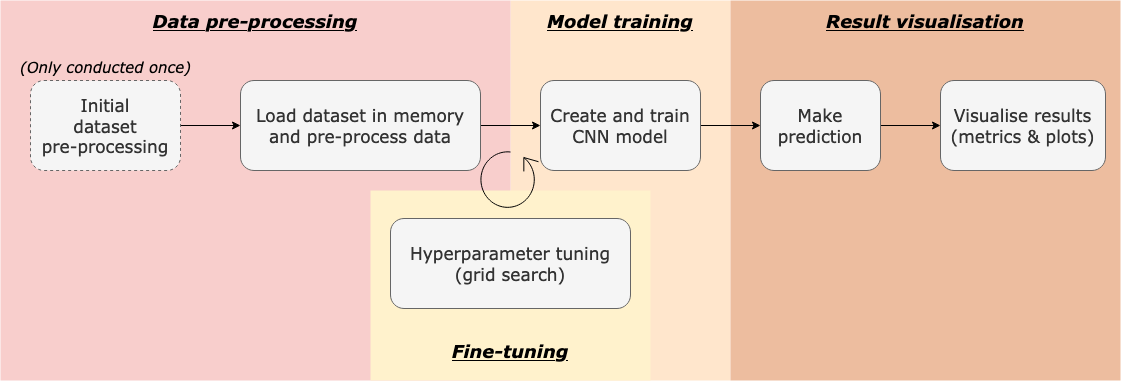
Earlier version of the draw.io export figures/design/design flowchart.png (Adamouization/Breast-Cancer-Detection-Mammogram-Deep-Learning). Source tidied: cells renumbered, new cells last; positions are measured from the earlier drawing's top-left corner, leaving out a move shared by most shapes. Source of this version:
```xml
<mxGraphModel>
  <root>
    <mxCell id="0" />
    <mxCell id="1" parent="0" />
    <mxCell id="2" style="rounded=0;whiteSpace=wrap;html=1;dashed=1;fillColor=#ffe6cc;fontFamily=Verdana;fontSize=17;strokeColor=none;" parent="1" vertex="1">
      <mxGeometry x="510" width="220" height="380" as="geometry" />
    </mxCell>
    <mxCell id="3" style="rounded=0;whiteSpace=wrap;html=1;dashed=1;fillColor=#f8cecc;fontFamily=Verdana;fontSize=17;strokeColor=none;" parent="1" vertex="1">
      <mxGeometry width="510" height="380" as="geometry" />
    </mxCell>
    <mxCell id="4" style="rounded=0;whiteSpace=wrap;html=1;dashed=1;fillColor=#fff2cc;fontFamily=Verdana;fontSize=17;strokeColor=none;" parent="1" vertex="1">
      <mxGeometry x="370" y="190" width="280" height="190" as="geometry" />
    </mxCell>
    <mxCell id="5" style="rounded=0;whiteSpace=wrap;html=1;dashed=1;fontFamily=Verdana;fontSize=17;fillColor=#EDBD9F;strokeColor=none;" parent="1" vertex="1">
      <mxGeometry x="730" width="390" height="380" as="geometry" />
    </mxCell>
    <mxCell id="6" style="edgeStyle=orthogonalEdgeStyle;rounded=0;jettySize=auto;html=1;exitX=1;exitY=0.5;exitDx=0;exitDy=0;entryX=0;entryY=0.5;entryDx=0;entryDy=0;" parent="1" edge="1" source="7" target="9">
      <mxGeometry relative="1" as="geometry" />
    </mxCell>
    <mxCell id="7" value="&lt;div style=&quot;font-size: 17px;&quot;&gt;Initial&lt;/div&gt;&lt;div style=&quot;font-size: 17px;&quot;&gt;dataset&lt;/div&gt;&lt;div style=&quot;font-size: 17px;&quot;&gt;pre-processing&lt;br style=&quot;font-size: 17px;&quot;&gt;&lt;/div&gt;" style="whiteSpace=wrap;html=1;dashed=1;fontFamily=Verdana;fontSize=17;rounded=1;fillColor=#f5f5f5;strokeColor=#666666;fontColor=#333333;" parent="1" vertex="1">
      <mxGeometry x="30" y="80" width="150" height="90" as="geometry" />
    </mxCell>
    <mxCell id="8" style="edgeStyle=orthogonalEdgeStyle;rounded=0;jettySize=auto;html=1;exitX=1;exitY=0.5;exitDx=0;exitDy=0;entryX=0;entryY=0.5;entryDx=0;entryDy=0;" parent="1" edge="1" source="9" target="11">
      <mxGeometry relative="1" as="geometry" />
    </mxCell>
    <mxCell id="9" value="Load dataset in memory and pre-process data" style="whiteSpace=wrap;html=1;fontFamily=Verdana;fontSize=17;rounded=1;fillColor=#f5f5f5;strokeColor=#666666;fontColor=#333333;" parent="1" vertex="1">
      <mxGeometry x="240" y="80" width="240" height="90" as="geometry" />
    </mxCell>
    <mxCell id="10" style="edgeStyle=orthogonalEdgeStyle;rounded=0;jettySize=auto;html=1;exitX=1;exitY=0.5;exitDx=0;exitDy=0;entryX=0;entryY=0.5;entryDx=0;entryDy=0;" parent="1" edge="1" source="11" target="13">
      <mxGeometry relative="1" as="geometry" />
    </mxCell>
    <mxCell id="11" value="Create and train CNN model" style="whiteSpace=wrap;html=1;fontFamily=Verdana;fontSize=17;rounded=1;fillColor=#f5f5f5;strokeColor=#666666;fontColor=#333333;" parent="1" vertex="1">
      <mxGeometry x="540" y="80" width="160" height="90" as="geometry" />
    </mxCell>
    <mxCell id="12" style="edgeStyle=orthogonalEdgeStyle;rounded=0;jettySize=auto;html=1;exitX=1;exitY=0.5;exitDx=0;exitDy=0;entryX=0;entryY=0.5;entryDx=0;entryDy=0;" parent="1" edge="1" source="13" target="14">
      <mxGeometry relative="1" as="geometry" />
    </mxCell>
    <mxCell id="13" value="Make prediction" style="whiteSpace=wrap;html=1;fontFamily=Verdana;fontSize=17;rounded=1;fillColor=#f5f5f5;strokeColor=#666666;fontColor=#333333;" parent="1" vertex="1">
      <mxGeometry x="760" y="80" width="120" height="90" as="geometry" />
    </mxCell>
    <mxCell id="14" value="&lt;div&gt;Visualise results&lt;/div&gt;&lt;div&gt;(metrics &amp;amp; plots)&lt;br&gt;&lt;/div&gt;" style="whiteSpace=wrap;html=1;fontFamily=Verdana;fontSize=17;rounded=1;fillColor=#f5f5f5;strokeColor=#666666;fontColor=#333333;" parent="1" vertex="1">
      <mxGeometry x="940" y="80" width="165" height="90" as="geometry" />
    </mxCell>
    <mxCell id="15" value="&lt;div&gt;Hyperparameter tuning&lt;br&gt;&lt;/div&gt;&lt;div&gt;(grid search)&lt;/div&gt;" style="whiteSpace=wrap;html=1;fontFamily=Verdana;fontSize=17;rounded=1;fillColor=#f5f5f5;strokeColor=#666666;fontColor=#333333;" parent="1" vertex="1">
      <mxGeometry x="390" y="218" width="240" height="90" as="geometry" />
    </mxCell>
    <mxCell id="16" value="&lt;font size=&quot;1&quot;&gt;&lt;i&gt;&lt;font style=&quot;font-size: 15px&quot;&gt;(Only conducted once)&lt;/font&gt;&lt;/i&gt;&lt;/font&gt;" style="text;html=1;align=center;verticalAlign=middle;fontFamily=Verdana;fontSize=17;rounded=1;" parent="1" vertex="1">
      <mxGeometry x="10" y="50" width="190" height="30" as="geometry" />
    </mxCell>
    <mxCell id="17" style="shape=mxgraph.bpmn.loop;html=1;flipV=1;flipH=1;" parent="1" vertex="1">
      <mxGeometry x="478" y="150" width="60" height="60" as="geometry" />
    </mxCell>
    <mxCell id="18" value="&lt;u style=&quot;font-size: 18px;&quot;&gt;&lt;b style=&quot;font-size: 18px;&quot;&gt;Data pre-processing&lt;/b&gt;&lt;/u&gt;" style="text;html=1;strokeColor=none;fillColor=none;align=center;verticalAlign=middle;whiteSpace=wrap;rounded=0;dashed=1;fontFamily=Verdana;fontSize=18;fontStyle=2;" parent="1" vertex="1">
      <mxGeometry x="150" y="10" width="210" height="20" as="geometry" />
    </mxCell>
    <mxCell id="19" value="&lt;u style=&quot;font-size: 18px;&quot;&gt;&lt;b style=&quot;font-size: 18px;&quot;&gt;Model training&lt;br style=&quot;font-size: 18px;&quot;&gt;&lt;/b&gt;&lt;/u&gt;" style="text;html=1;strokeColor=none;fillColor=none;align=center;verticalAlign=middle;whiteSpace=wrap;rounded=0;dashed=1;fontFamily=Verdana;fontSize=18;fontStyle=2;" parent="1" vertex="1">
      <mxGeometry x="515" y="10" width="210" height="20" as="geometry" />
    </mxCell>
    <mxCell id="20" value="&lt;u style=&quot;font-size: 18px&quot;&gt;&lt;b style=&quot;font-size: 18px&quot;&gt;Fine-tuning&lt;/b&gt;&lt;/u&gt;" style="text;html=1;strokeColor=none;fillColor=none;align=center;verticalAlign=middle;whiteSpace=wrap;rounded=0;dashed=1;fontFamily=Verdana;fontSize=18;fontStyle=2;" parent="1" vertex="1">
      <mxGeometry x="365" y="340" width="290" height="20" as="geometry" />
    </mxCell>
    <mxCell id="21" value="&lt;u style=&quot;font-size: 18px;&quot;&gt;&lt;b style=&quot;font-size: 18px;&quot;&gt;Result visualisation&lt;br style=&quot;font-size: 18px;&quot;&gt;&lt;/b&gt;&lt;/u&gt;" style="text;html=1;strokeColor=none;fillColor=none;align=center;verticalAlign=middle;whiteSpace=wrap;rounded=0;dashed=1;fontFamily=Verdana;fontSize=18;fontStyle=2;" parent="1" vertex="1">
      <mxGeometry x="820" y="10" width="210" height="20" as="geometry" />
    </mxCell>
  </root>
</mxGraphModel>
```
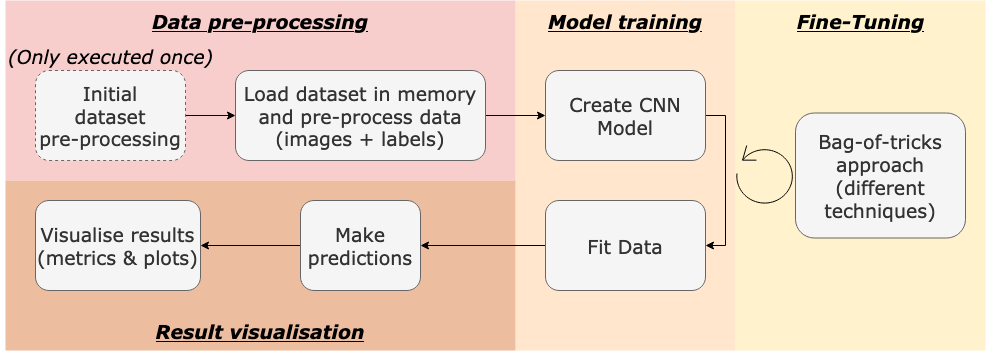
The same diagram one commit later.

Commit message:
Complete chapter 3 datasets + improve figures

Change to the diagram source:
```diff
@@ -2,65 +2,74 @@
   <root>
     <mxCell id="0" />
     <mxCell id="1" parent="0" />
-    <mxCell id="2" style="rounded=0;whiteSpace=wrap;html=1;dashed=1;fillColor=#ffe6cc;fontFamily=Verdana;fontSize=17;strokeColor=none;" parent="1" vertex="1">
-      <mxGeometry x="510" width="220" height="380" as="geometry" />
+    <mxCell id="2" style="rounded=0;whiteSpace=wrap;html=1;dashed=1;fillColor=#ffe6cc;fontFamily=Verdana;fontSize=19;strokeColor=none;" parent="1" vertex="1">
+      <mxGeometry x="510" y="10" width="220" height="350" as="geometry" />
     </mxCell>
-    <mxCell id="3" style="rounded=0;whiteSpace=wrap;html=1;dashed=1;fillColor=#f8cecc;fontFamily=Verdana;fontSize=17;strokeColor=none;" parent="1" vertex="1">
-      <mxGeometry width="510" height="380" as="geometry" />
+    <mxCell id="3" style="rounded=0;whiteSpace=wrap;html=1;dashed=1;fillColor=#f8cecc;fontFamily=Verdana;fontSize=19;strokeColor=none;" parent="1" vertex="1">
+      <mxGeometry y="10" width="510" height="180" as="geometry" />
     </mxCell>
-    <mxCell id="4" style="rounded=0;whiteSpace=wrap;html=1;dashed=1;fillColor=#fff2cc;fontFamily=Verdana;fontSize=17;strokeColor=none;" parent="1" vertex="1">
-      <mxGeometry x="370" y="190" width="280" height="190" as="geometry" />
+    <mxCell id="4" style="rounded=0;whiteSpace=wrap;html=1;dashed=1;fillColor=#fff2cc;fontFamily=Verdana;fontSize=19;strokeColor=none;" parent="1" vertex="1">
+      <mxGeometry x="730" y="10" width="250" height="350" as="geometry" />
     </mxCell>
-    <mxCell id="5" style="rounded=0;whiteSpace=wrap;html=1;dashed=1;fontFamily=Verdana;fontSize=17;fillColor=#EDBD9F;strokeColor=none;" parent="1" vertex="1">
-      <mxGeometry x="730" width="390" height="380" as="geometry" />
+    <mxCell id="5" style="rounded=0;whiteSpace=wrap;html=1;dashed=1;fontFamily=Verdana;fontSize=19;fillColor=#EDBD9F;strokeColor=none;" parent="1" vertex="1">
+      <mxGeometry y="190" width="510" height="170" as="geometry" />
     </mxCell>
-    <mxCell id="6" style="edgeStyle=orthogonalEdgeStyle;rounded=0;jettySize=auto;html=1;exitX=1;exitY=0.5;exitDx=0;exitDy=0;entryX=0;entryY=0.5;entryDx=0;entryDy=0;" parent="1" edge="1" source="7" target="9">
+    <mxCell id="6" style="edgeStyle=orthogonalEdgeStyle;rounded=0;jettySize=auto;html=1;exitX=1;exitY=0.5;exitDx=0;exitDy=0;entryX=0;entryY=0.5;entryDx=0;entryDy=0;fontSize=19;" parent="1" edge="1" source="7" target="9">
       <mxGeometry relative="1" as="geometry" />
     </mxCell>
-    <mxCell id="7" value="&lt;div style=&quot;font-size: 17px;&quot;&gt;Initial&lt;/div&gt;&lt;div style=&quot;font-size: 17px;&quot;&gt;dataset&lt;/div&gt;&lt;div style=&quot;font-size: 17px;&quot;&gt;pre-processing&lt;br style=&quot;font-size: 17px;&quot;&gt;&lt;/div&gt;" style="whiteSpace=wrap;html=1;dashed=1;fontFamily=Verdana;fontSize=17;rounded=1;fillColor=#f5f5f5;strokeColor=#666666;fontColor=#333333;" parent="1" vertex="1">
+    <mxCell id="7" value="&lt;div style=&quot;font-size: 19px;&quot;&gt;Initial&lt;/div&gt;&lt;div style=&quot;font-size: 19px;&quot;&gt;dataset&lt;/div&gt;&lt;div style=&quot;font-size: 19px;&quot;&gt;pre-processing&lt;br style=&quot;font-size: 19px;&quot;&gt;&lt;/div&gt;" style="whiteSpace=wrap;html=1;dashed=1;fontFamily=Verdana;fontSize=19;rounded=1;fillColor=#f5f5f5;strokeColor=#666666;fontColor=#333333;" parent="1" vertex="1">
       <mxGeometry x="30" y="80" width="150" height="90" as="geometry" />
     </mxCell>
-    <mxCell id="8" style="edgeStyle=orthogonalEdgeStyle;rounded=0;jettySize=auto;html=1;exitX=1;exitY=0.5;exitDx=0;exitDy=0;entryX=0;entryY=0.5;entryDx=0;entryDy=0;" parent="1" edge="1" source="9" target="11">
+    <mxCell id="8" style="edgeStyle=orthogonalEdgeStyle;rounded=0;jettySize=auto;html=1;exitX=1;exitY=0.5;exitDx=0;exitDy=0;entryX=0;entryY=0.5;entryDx=0;entryDy=0;fontSize=19;" parent="1" edge="1" source="9" target="11">
       <mxGeometry relative="1" as="geometry" />
     </mxCell>
-    <mxCell id="9" value="Load dataset in memory and pre-process data" style="whiteSpace=wrap;html=1;fontFamily=Verdana;fontSize=17;rounded=1;fillColor=#f5f5f5;strokeColor=#666666;fontColor=#333333;" parent="1" vertex="1">
-      <mxGeometry x="240" y="80" width="240" height="90" as="geometry" />
+    <mxCell id="9" value="&lt;div style=&quot;font-size: 19px;&quot;&gt;Load dataset in memory and pre-process data&lt;/div&gt;&lt;div style=&quot;font-size: 19px;&quot;&gt;(images + labels)&lt;br style=&quot;font-size: 19px;&quot;&gt;&lt;/div&gt;" style="whiteSpace=wrap;html=1;fontFamily=Verdana;fontSize=19;rounded=1;fillColor=#f5f5f5;strokeColor=#666666;fontColor=#333333;" parent="1" vertex="1">
+      <mxGeometry x="230" y="80" width="250" height="90" as="geometry" />
     </mxCell>
-    <mxCell id="10" style="edgeStyle=orthogonalEdgeStyle;rounded=0;jettySize=auto;html=1;exitX=1;exitY=0.5;exitDx=0;exitDy=0;entryX=0;entryY=0.5;entryDx=0;entryDy=0;" parent="1" edge="1" source="11" target="13">
-      <mxGeometry relative="1" as="geometry" />
-    </mxCell>
+    <mxCell id="22" style="edgeStyle=orthogonalEdgeStyle;rounded=0;jettySize=auto;html=1;exitX=1;exitY=0.5;exitDx=0;exitDy=0;entryX=1;entryY=0.5;entryDx=0;entryDy=0;fontFamily=Verdana;fontSize=19;" parent="1" edge="1" source="11" target="24">
+      <mxGeometry relative="1" as="geometry" />
+    </mxCell>
-    <mxCell id="11" value="Create and train CNN model" style="whiteSpace=wrap;html=1;fontFamily=Verdana;fontSize=17;rounded=1;fillColor=#f5f5f5;strokeColor=#666666;fontColor=#333333;" parent="1" vertex="1">
+    <mxCell id="11" value="Create CNN Model" style="whiteSpace=wrap;html=1;fontFamily=Verdana;fontSize=19;rounded=1;fillColor=#f5f5f5;strokeColor=#666666;fontColor=#333333;" parent="1" vertex="1">
       <mxGeometry x="540" y="80" width="160" height="90" as="geometry" />
     </mxCell>
-    <mxCell id="12" style="edgeStyle=orthogonalEdgeStyle;rounded=0;jettySize=auto;html=1;exitX=1;exitY=0.5;exitDx=0;exitDy=0;entryX=0;entryY=0.5;entryDx=0;entryDy=0;" parent="1" edge="1" source="13" target="14">
+    <mxCell id="12" style="edgeStyle=orthogonalEdgeStyle;rounded=0;jettySize=auto;html=1;exitX=0;exitY=0.5;exitDx=0;exitDy=0;entryX=1;entryY=0.5;entryDx=0;entryDy=0;fontFamily=Verdana;fontSize=19;" parent="1" edge="1" source="13" target="14">
       <mxGeometry relative="1" as="geometry" />
     </mxCell>
-    <mxCell id="13" value="Make prediction" style="whiteSpace=wrap;html=1;fontFamily=Verdana;fontSize=17;rounded=1;fillColor=#f5f5f5;strokeColor=#666666;fontColor=#333333;" parent="1" vertex="1">
-      <mxGeometry x="760" y="80" width="120" height="90" as="geometry" />
+    <mxCell id="13" value="Make predictions" style="whiteSpace=wrap;html=1;fontFamily=Verdana;fontSize=19;rounded=1;fillColor=#f5f5f5;strokeColor=#666666;fontColor=#333333;" parent="1" vertex="1">
+      <mxGeometry x="295" y="210" width="120" height="90" as="geometry" />
     </mxCell>
-    <mxCell id="14" value="&lt;div&gt;Visualise results&lt;/div&gt;&lt;div&gt;(metrics &amp;amp; plots)&lt;br&gt;&lt;/div&gt;" style="whiteSpace=wrap;html=1;fontFamily=Verdana;fontSize=17;rounded=1;fillColor=#f5f5f5;strokeColor=#666666;fontColor=#333333;" parent="1" vertex="1">
-      <mxGeometry x="940" y="80" width="165" height="90" as="geometry" />
+    <mxCell id="14" value="&lt;div style=&quot;font-size: 19px;&quot;&gt;Visualise results&lt;/div&gt;&lt;div style=&quot;font-size: 19px;&quot;&gt;(metrics &amp;amp; plots)&lt;br style=&quot;font-size: 19px;&quot;&gt;&lt;/div&gt;" style="whiteSpace=wrap;html=1;fontFamily=Verdana;fontSize=19;rounded=1;fillColor=#f5f5f5;strokeColor=#666666;fontColor=#333333;" parent="1" vertex="1">
+      <mxGeometry x="30" y="210" width="165" height="90" as="geometry" />
     </mxCell>
-    <mxCell id="15" value="&lt;div&gt;Hyperparameter tuning&lt;br&gt;&lt;/div&gt;&lt;div&gt;(grid search)&lt;/div&gt;" style="whiteSpace=wrap;html=1;fontFamily=Verdana;fontSize=17;rounded=1;fillColor=#f5f5f5;strokeColor=#666666;fontColor=#333333;" parent="1" vertex="1">
-      <mxGeometry x="390" y="218" width="240" height="90" as="geometry" />
+    <mxCell id="15" value="&lt;div&gt;Bag-of-tricks approach&lt;/div&gt;&lt;div&gt;(different techniques)&lt;br&gt;&lt;/div&gt;" style="whiteSpace=wrap;html=1;fontFamily=Verdana;fontSize=19;rounded=1;fillColor=#f5f5f5;strokeColor=#666666;fontColor=#333333;" parent="1" vertex="1">
+      <mxGeometry x="790" y="122.5" width="170" height="125" as="geometry" />
     </mxCell>
-    <mxCell id="16" value="&lt;font size=&quot;1&quot;&gt;&lt;i&gt;&lt;font style=&quot;font-size: 15px&quot;&gt;(Only conducted once)&lt;/font&gt;&lt;/i&gt;&lt;/font&gt;" style="text;html=1;align=center;verticalAlign=middle;fontFamily=Verdana;fontSize=17;rounded=1;" parent="1" vertex="1">
-      <mxGeometry x="10" y="50" width="190" height="30" as="geometry" />
+    <mxCell id="16" value="&lt;font style=&quot;font-size: 19px;&quot;&gt;&lt;i style=&quot;font-size: 19px;&quot;&gt;&lt;font style=&quot;font-size: 19px;&quot;&gt;(Only executed once)&lt;/font&gt;&lt;/i&gt;&lt;/font&gt;" style="text;html=1;align=center;verticalAlign=middle;fontFamily=Verdana;fontSize=19;rounded=1;" parent="1" vertex="1">
+      <mxGeometry x="-5" y="50" width="220" height="30" as="geometry" />
     </mxCell>
-    <mxCell id="17" style="shape=mxgraph.bpmn.loop;html=1;flipV=1;flipH=1;" parent="1" vertex="1">
-      <mxGeometry x="478" y="150" width="60" height="60" as="geometry" />
+    <mxCell id="17" style="shape=mxgraph.bpmn.loop;html=1;flipV=1;flipH=1;fontSize=19;rotation=-90;" parent="1" vertex="1">
+      <mxGeometry x="730" y="155" width="60" height="60" as="geometry" />
     </mxCell>
-    <mxCell id="18" value="&lt;u style=&quot;font-size: 18px;&quot;&gt;&lt;b style=&quot;font-size: 18px;&quot;&gt;Data pre-processing&lt;/b&gt;&lt;/u&gt;" style="text;html=1;strokeColor=none;fillColor=none;align=center;verticalAlign=middle;whiteSpace=wrap;rounded=0;dashed=1;fontFamily=Verdana;fontSize=18;fontStyle=2;" parent="1" vertex="1">
-      <mxGeometry x="150" y="10" width="210" height="20" as="geometry" />
+    <mxCell id="18" value="&lt;u style=&quot;font-size: 19px;&quot;&gt;&lt;b style=&quot;font-size: 19px;&quot;&gt;Data pre-processing&lt;/b&gt;&lt;/u&gt;" style="text;html=1;strokeColor=none;fillColor=none;align=center;verticalAlign=middle;whiteSpace=wrap;rounded=0;dashed=1;fontFamily=Verdana;fontSize=19;fontStyle=2;" parent="1" vertex="1">
+      <mxGeometry x="140" y="20" width="230" height="20" as="geometry" />
     </mxCell>
-    <mxCell id="19" value="&lt;u style=&quot;font-size: 18px;&quot;&gt;&lt;b style=&quot;font-size: 18px;&quot;&gt;Model training&lt;br style=&quot;font-size: 18px;&quot;&gt;&lt;/b&gt;&lt;/u&gt;" style="text;html=1;strokeColor=none;fillColor=none;align=center;verticalAlign=middle;whiteSpace=wrap;rounded=0;dashed=1;fontFamily=Verdana;fontSize=18;fontStyle=2;" parent="1" vertex="1">
-      <mxGeometry x="515" y="10" width="210" height="20" as="geometry" />
+    <mxCell id="19" value="&lt;u style=&quot;font-size: 19px;&quot;&gt;&lt;b style=&quot;font-size: 19px;&quot;&gt;Model training&lt;br style=&quot;font-size: 19px;&quot;&gt;&lt;/b&gt;&lt;/u&gt;" style="text;html=1;strokeColor=none;fillColor=none;align=center;verticalAlign=middle;whiteSpace=wrap;rounded=0;dashed=1;fontFamily=Verdana;fontSize=19;fontStyle=2;" parent="1" vertex="1">
+      <mxGeometry x="515" y="20" width="210" height="20" as="geometry" />
     </mxCell>
-    <mxCell id="20" value="&lt;u style=&quot;font-size: 18px&quot;&gt;&lt;b style=&quot;font-size: 18px&quot;&gt;Fine-tuning&lt;/b&gt;&lt;/u&gt;" style="text;html=1;strokeColor=none;fillColor=none;align=center;verticalAlign=middle;whiteSpace=wrap;rounded=0;dashed=1;fontFamily=Verdana;fontSize=18;fontStyle=2;" parent="1" vertex="1">
-      <mxGeometry x="365" y="340" width="290" height="20" as="geometry" />
+    <mxCell id="20" value="&lt;u&gt;&lt;b&gt;Fine-Tuning&lt;br&gt;&lt;/b&gt;&lt;/u&gt;" style="text;html=1;strokeColor=none;fillColor=none;align=center;verticalAlign=middle;whiteSpace=wrap;rounded=0;dashed=1;fontFamily=Verdana;fontSize=19;fontStyle=2;" parent="1" vertex="1">
+      <mxGeometry x="777.5" y="20" width="155" height="20" as="geometry" />
     </mxCell>
-    <mxCell id="21" value="&lt;u style=&quot;font-size: 18px;&quot;&gt;&lt;b style=&quot;font-size: 18px;&quot;&gt;Result visualisation&lt;br style=&quot;font-size: 18px;&quot;&gt;&lt;/b&gt;&lt;/u&gt;" style="text;html=1;strokeColor=none;fillColor=none;align=center;verticalAlign=middle;whiteSpace=wrap;rounded=0;dashed=1;fontFamily=Verdana;fontSize=18;fontStyle=2;" parent="1" vertex="1">
-      <mxGeometry x="820" y="10" width="210" height="20" as="geometry" />
+    <mxCell id="21" value="&lt;u style=&quot;font-size: 19px;&quot;&gt;&lt;b style=&quot;font-size: 19px;&quot;&gt;Result visualisation&lt;br style=&quot;font-size: 19px;&quot;&gt;&lt;/b&gt;&lt;/u&gt;" style="text;html=1;strokeColor=none;fillColor=none;align=center;verticalAlign=middle;whiteSpace=wrap;rounded=0;dashed=1;fontFamily=Verdana;fontSize=19;fontStyle=2;" parent="1" vertex="1">
+      <mxGeometry x="145" y="330" width="220" height="20" as="geometry" />
     </mxCell>
+    <mxCell id="23" style="edgeStyle=orthogonalEdgeStyle;rounded=0;jettySize=auto;html=1;exitX=0;exitY=0.5;exitDx=0;exitDy=0;entryX=1;entryY=0.5;entryDx=0;entryDy=0;fontFamily=Verdana;fontSize=19;" parent="1" edge="1" source="24" target="13">
+      <mxGeometry relative="1" as="geometry" />
+    </mxCell>
+    <mxCell id="24" value="Fit Data" style="whiteSpace=wrap;html=1;fontFamily=Verdana;fontSize=19;rounded=1;fillColor=#f5f5f5;strokeColor=#666666;fontColor=#333333;" parent="1" vertex="1">
+      <mxGeometry x="540" y="210" width="160" height="90" as="geometry" />
+    </mxCell>
+    <mxCell id="25" style="edgeStyle=orthogonalEdgeStyle;rounded=0;orthogonalLoop=1;jettySize=auto;html=1;exitX=0.5;exitY=1;exitDx=0;exitDy=0;fontFamily=Verdana;fontSize=19;" parent="1" edge="1" source="20" target="20">
+      <mxGeometry relative="1" as="geometry" />
+    </mxCell>
   </root>
 </mxGraphModel>
```
